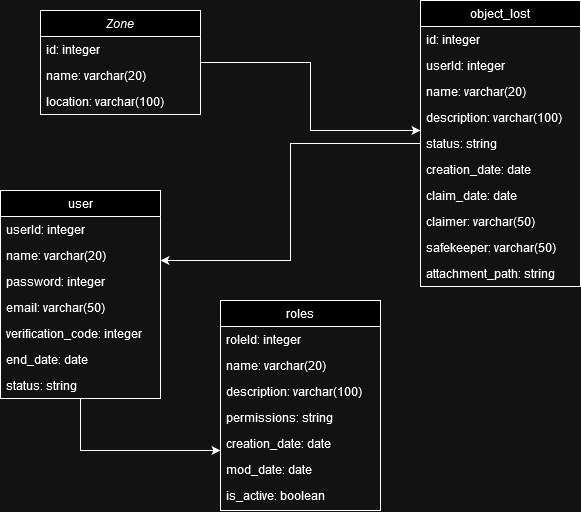
Before: diagramdb.png, a diagram exported from draw.io (utn-integrador-III/student-service-api). Source tidied: cells renumbered, new cells last; positions are measured from the earlier drawing's top-left corner, leaving out a move shared by most shapes.
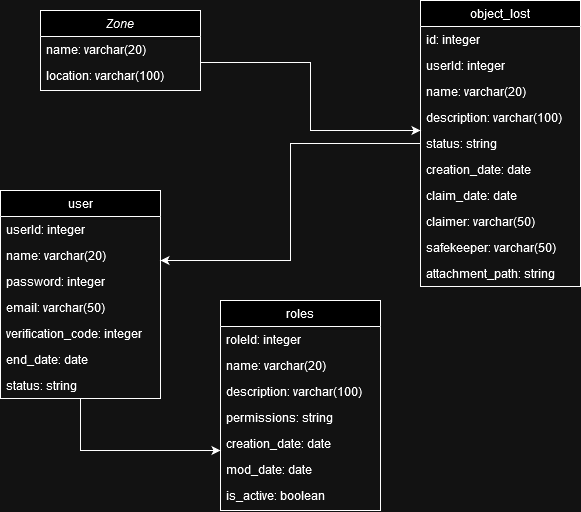
The same diagram one commit later.

Change to the diagram source:
```diff
@@ -11,16 +11,13 @@
       </mxGeometry>
     </mxCell>
     <mxCell id="3" value="Zone" style="swimlane;fontStyle=2;align=center;verticalAlign=top;horizontal=1;startSize=26;rounded=0;shadow=0;strokeWidth=1;" parent="1" vertex="1">
-      <mxGeometry x="40" y="10" width="160" height="104" as="geometry" />
+      <mxGeometry x="40" y="10" width="160" height="80" as="geometry" />
     </mxCell>
-    <mxCell id="4" value="id: integer" style="text;align=left;verticalAlign=top;spacingLeft=4;spacingRight=4;overflow=hidden;" parent="3" vertex="1">
-      <mxGeometry y="26" width="160" height="26" as="geometry" />
-    </mxCell>
     <mxCell id="5" value="name: varchar(20)" style="text;align=left;verticalAlign=top;spacingLeft=4;spacingRight=4;overflow=hidden;rounded=0;shadow=0;html=0;" parent="3" vertex="1">
-      <mxGeometry y="52" width="160" height="26" as="geometry" />
+      <mxGeometry y="26" width="160" height="26" as="geometry" />
     </mxCell>
     <mxCell id="6" value="location: varchar(100)" style="text;align=left;verticalAlign=top;spacingLeft=4;spacingRight=4;overflow=hidden;rounded=0;shadow=0;html=0;" parent="3" vertex="1">
-      <mxGeometry y="78" width="160" height="26" as="geometry" />
+      <mxGeometry y="52" width="160" height="26" as="geometry" />
     </mxCell>
     <mxCell id="7" style="edgeStyle=orthogonalEdgeStyle;rounded=0;jettySize=auto;html=1;" parent="1" edge="1" source="8" target="28">
       <mxGeometry relative="1" as="geometry">
```
